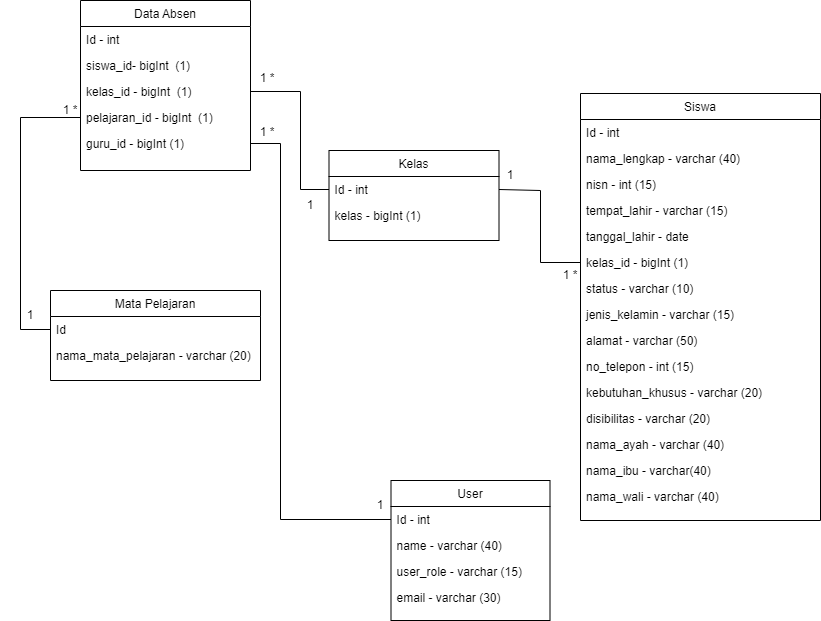
danangsptro/SI_ABSEN keeps this draw.io diagram as Untitled Diagram.drawio.png. Above is the earlier version. Source tidied: cells renumbered, new cells last; positions are measured from the earlier drawing's top-left corner, leaving out a move shared by most shapes.
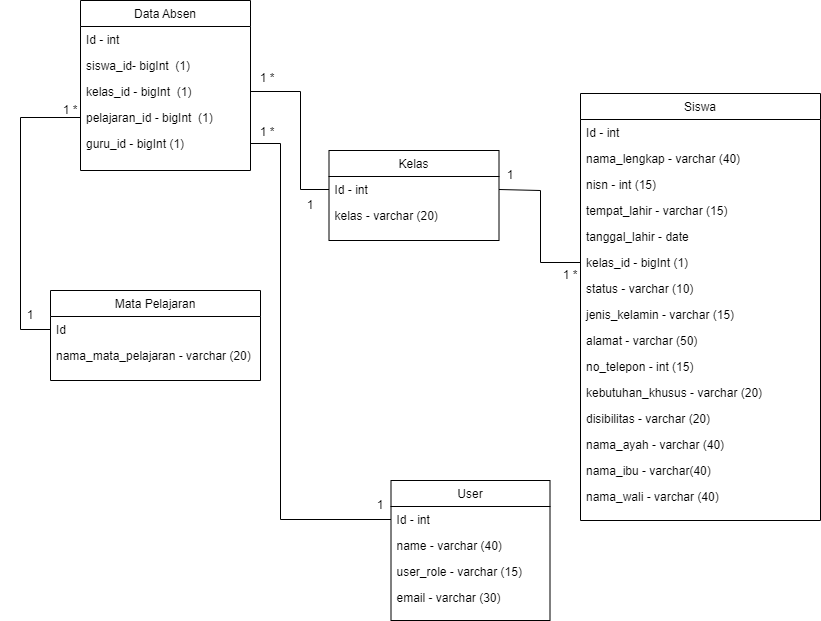
After the commit.

What changed in the source:
```diff
@@ -23,7 +23,7 @@
     <mxCell id="8" value="Id - int" style="text;align=left;verticalAlign=top;spacingLeft=4;spacingRight=4;overflow=hidden;points=[[0,0.5],[1,0.5]];portConstraint=eastwest;" parent="7" vertex="1">
       <mxGeometry y="26" width="170" height="26" as="geometry" />
     </mxCell>
-    <mxCell id="9" value="kelas - bigInt (1)" style="text;align=left;verticalAlign=top;spacingLeft=4;spacingRight=4;overflow=hidden;rounded=0;shadow=0;html=0;" parent="7" vertex="1">
+    <mxCell id="9" value="kelas - varchar (20)" style="text;align=left;verticalAlign=top;spacingLeft=4;spacingRight=4;overflow=hidden;rounded=0;shadow=0;html=0;" parent="7" vertex="1">
       <mxGeometry y="52" width="170" height="28" as="geometry" />
     </mxCell>
     <mxCell id="10" value="Siswa" style="swimlane;fontStyle=0;align=center;verticalAlign=top;horizontal=1;startSize=26;rounded=0;shadow=0;strokeWidth=1;" parent="1" vertex="1">
```
